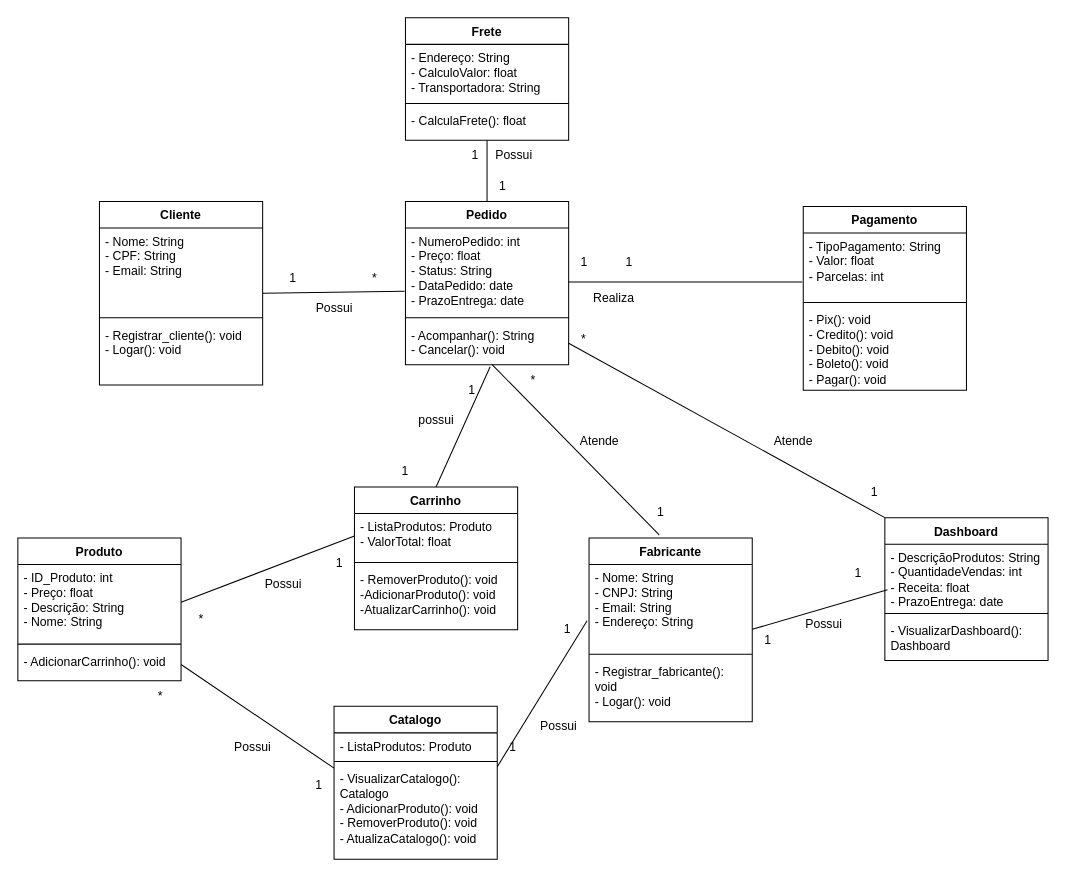
Before: DiagramaClasses.drawio in PedroAP2/Projeto-EngenhariaDaComputacao, a draw.io diagram. Source tidied: cells renumbered, new cells numbered last; positions are measured from the earlier drawing's top-left corner, leaving out a move shared by most shapes. Both pictures are drawn from the tidied source at 102%, with x=0, y=0 at pixel (17, 17).
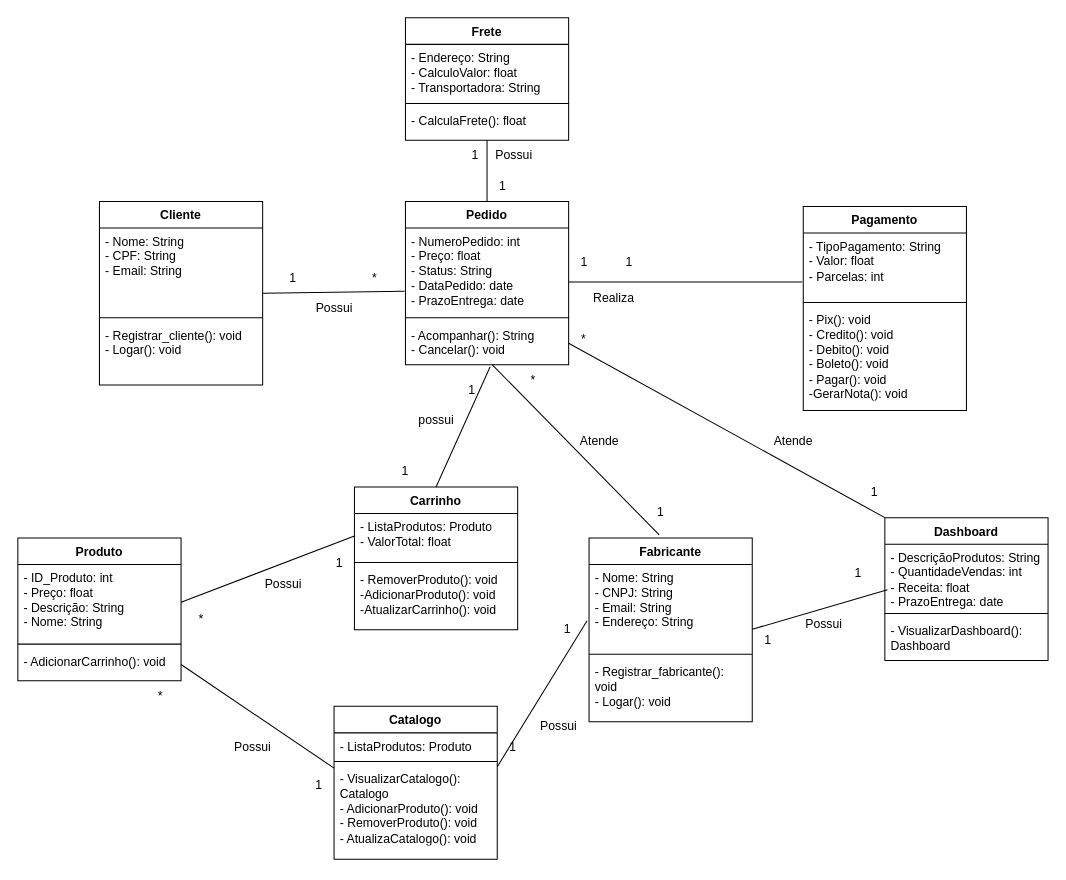
Above is the later version.

Change to the diagram source:
```diff
@@
     <mxCell id="26" value="Pagamento" style="swimlane;fontStyle=1;align=center;verticalAlign=top;horizontal=1;startSize=26;whiteSpace=wrap;html=1;" parent="1" vertex="1">
-      <mxGeometry x="770" y="185" width="160" height="180" as="geometry" />
+      <mxGeometry x="770" y="185" width="160" height="200" as="geometry" />
     </mxCell>
@@
-    <mxCell id="29" value="- Pix(): void&lt;br&gt;- Credito(): void&lt;br&gt;- Debito(): void&lt;br&gt;- Boleto(): void&lt;br&gt;- Pagar(): void" style="text;strokeColor=none;fillColor=none;align=left;verticalAlign=top;spacingLeft=4;spacingRight=4;overflow=hidden;whiteSpace=wrap;html=1;" parent="26" vertex="1">
-      <mxGeometry y="98" width="160" height="82" as="geometry" />
+    <mxCell id="29" value="- Pix(): void&lt;br&gt;- Credito(): void&lt;br&gt;- Debito(): void&lt;br&gt;- Boleto(): void&lt;br&gt;- Pagar(): void&lt;br&gt;-GerarNota(): void" style="text;strokeColor=none;fillColor=none;align=left;verticalAlign=top;spacingLeft=4;spacingRight=4;overflow=hidden;whiteSpace=wrap;html=1;" parent="26" vertex="1">
+      <mxGeometry y="98" width="160" height="102" as="geometry" />
     </mxCell>
```
